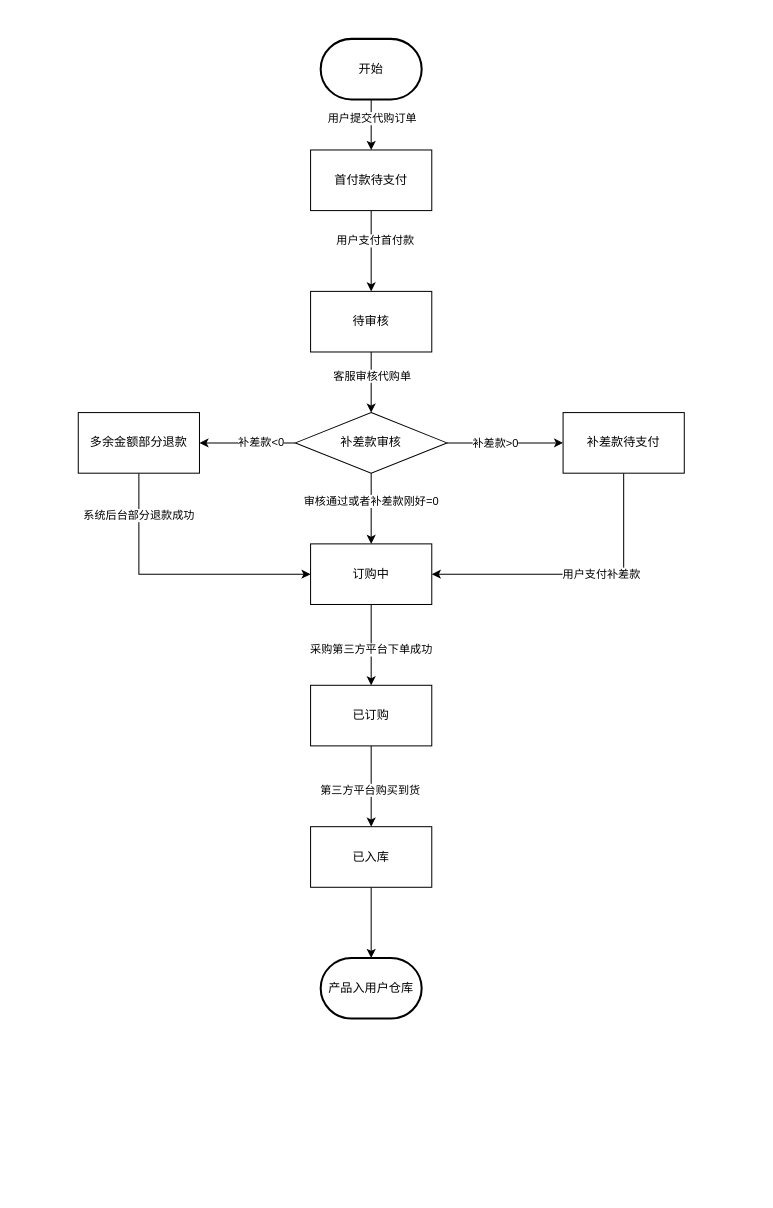
yangjy15033/draw.io keeps this draw.io diagram as 代购流程.drawio. Above is the earlier version. Source tidied: cells renumbered, new cells numbered last; positions are measured from the earlier drawing's top-left corner, leaving out a move shared by most shapes. Both pictures are drawn from the tidied source at 101%, with x=0, y=0 at pixel (78, 38).
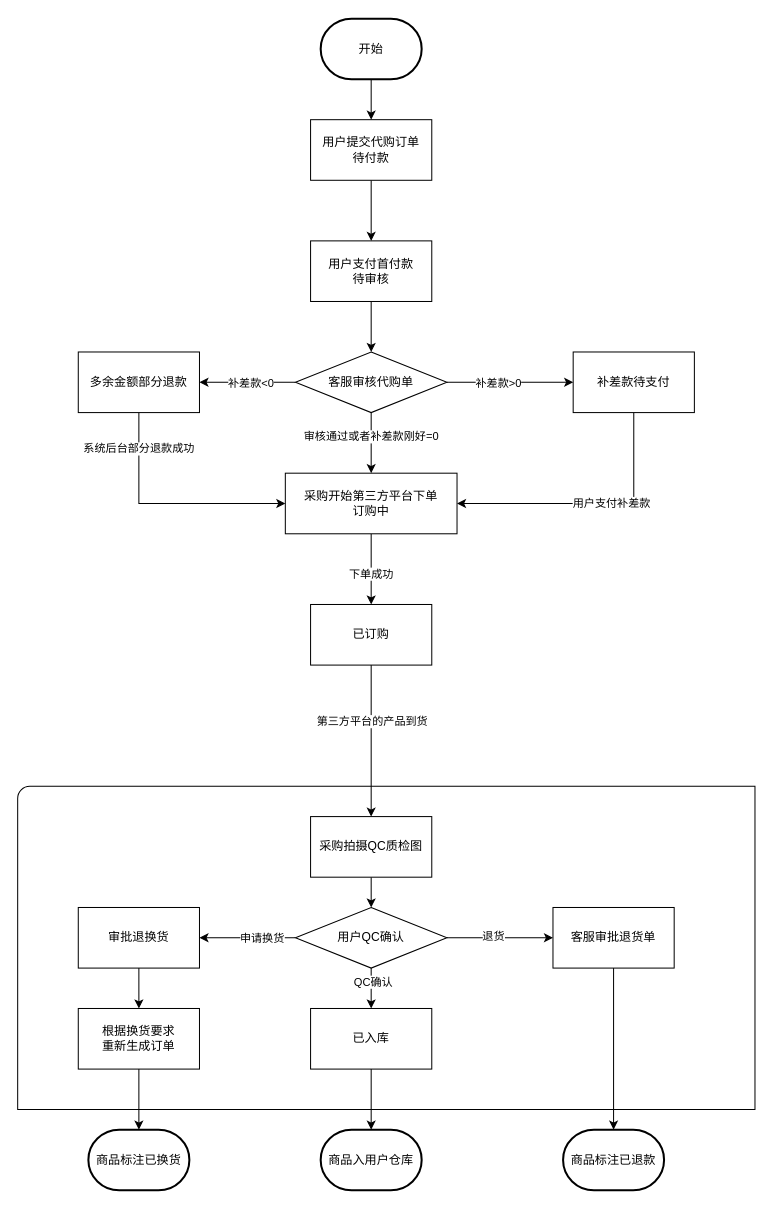
The same page after the edit.

Commit message:
更新代购流程.drawio

The change refers to these unchanged cells:
```xml
<mxCell id="5" style="edgeStyle=orthogonalEdgeStyle;rounded=0;jettySize=auto;html=1;" parent="1" edge="1" source="7" target="10">
  <mxGeometry relative="1" as="geometry" />
</mxCell>
<mxCell id="8" style="edgeStyle=orthogonalEdgeStyle;rounded=0;jettySize=auto;html=1;" parent="1" edge="1" source="10" target="24">
  <mxGeometry relative="1" as="geometry" />
</mxCell>
<mxCell id="11" style="edgeStyle=orthogonalEdgeStyle;rounded=0;jettySize=auto;html=1;" parent="1" edge="1" source="13" target="16">
  <mxGeometry relative="1" as="geometry" />
</mxCell>
<mxCell id="22" style="edgeStyle=orthogonalEdgeStyle;rounded=0;jettySize=auto;html=1;" parent="1" edge="1" source="24" target="32">
  <mxGeometry relative="1" as="geometry" />
</mxCell>
```

What changed in the source:
```diff
@@
-    <mxCell id="2" style="edgeStyle=orthogonalEdgeStyle;rounded=0;jettySize=auto;html=1;exitX=0.5;exitY=1;exitDx=0;exitDy=0;exitPerimeter=0;entryX=0.5;entryY=0;entryDx=0;entryDy=0;" parent="1" edge="1" source="4" target="7">
-      <mxGeometry relative="1" as="geometry" />
-    </mxCell>
-    <mxCell id="3" value="用户提交代购订单" style="edgeLabel;html=1;align=center;verticalAlign=middle;" parent="2" vertex="1">
-      <mxGeometry x="-0.6" y="-1" relative="1" as="geometry">
-        <mxPoint x="1" y="8" as="offset" />
-      </mxGeometry>
-    </mxCell>
+    <mxCell id="33" style="verticalLabelPosition=bottom;verticalAlign=top;html=1;shape=mxgraph.basic.corner_round_rect;dx=6;whiteSpace=wrap;" parent="1" vertex="1">
+      <mxGeometry x="-60" y="740" width="730" height="320" as="geometry" />
+    </mxCell>
     <mxCell id="4" value="开始" style="strokeWidth=2;html=1;shape=mxgraph.flowchart.terminator;whiteSpace=wrap;" parent="1" vertex="1">
-      <mxGeometry x="240" width="100" height="60" as="geometry" />
+      <mxGeometry x="240" y="-20" width="100" height="60" as="geometry" />
     </mxCell>
@@
-    <mxCell id="6" value="用户支付首付款" style="edgeLabel;html=1;align=center;verticalAlign=middle;" parent="5" vertex="1">
-      <mxGeometry x="-0.28" y="3" relative="1" as="geometry" />
-    </mxCell>
-    <mxCell id="7" value="首付款待支付" style="rounded=0;whiteSpace=wrap;html=1;" parent="1" vertex="1">
-      <mxGeometry x="230" y="110" width="120" height="60" as="geometry" />
+    <mxCell id="7" value="用户提交代购订单&lt;br&gt;待付款" style="rounded=0;whiteSpace=wrap;html=1;" parent="1" vertex="1">
+      <mxGeometry x="230" y="80" width="120" height="60" as="geometry" />
     </mxCell>
@@
-    <mxCell id="9" value="客服审核代购单" style="edgeLabel;html=1;align=center;verticalAlign=middle;" parent="8" vertex="1">
-      <mxGeometry x="-0.23" relative="1" as="geometry" />
-    </mxCell>
-    <mxCell id="10" value="待审核" style="whiteSpace=wrap;html=1;rounded=0;" parent="1" vertex="1">
-      <mxGeometry x="230" y="250" width="120" height="60" as="geometry" />
+    <mxCell id="10" value="用户支付首付款&lt;br&gt;待审核" style="whiteSpace=wrap;html=1;rounded=0;" parent="1" vertex="1">
+      <mxGeometry x="230" y="200" width="120" height="60" as="geometry" />
     </mxCell>
@@
-    <mxCell id="12" value="采购第三方平台下单成功" style="edgeLabel;html=1;align=center;verticalAlign=middle;" parent="11" vertex="1">
+    <mxCell id="12" value="下单成功" style="edgeLabel;html=1;align=center;verticalAlign=middle;" parent="11" vertex="1">
       <mxGeometry x="0.1" y="-1" relative="1" as="geometry" />
     </mxCell>
-    <mxCell id="13" value="订购中" style="whiteSpace=wrap;html=1;rounded=0;" parent="1" vertex="1">
-      <mxGeometry x="230" y="500" width="120" height="60" as="geometry" />
+    <mxCell id="13" value="采购开始第三方平台下单&lt;br&gt;订购中" style="whiteSpace=wrap;html=1;rounded=0;" parent="1" vertex="1">
+      <mxGeometry x="205" y="430" width="170" height="60" as="geometry" />
     </mxCell>
-    <mxCell id="14" style="edgeStyle=orthogonalEdgeStyle;rounded=0;jettySize=auto;html=1;" parent="1" edge="1" source="16" target="18">
+    <mxCell id="14" style="edgeStyle=orthogonalEdgeStyle;rounded=0;jettySize=auto;html=1;entryX=0.5;entryY=0;entryDx=0;entryDy=0;" parent="1" edge="1" source="16" target="46">
       <mxGeometry relative="1" as="geometry" />
     </mxCell>
-    <mxCell id="15" value="第三方平台购买到货" style="edgeLabel;html=1;align=center;verticalAlign=middle;" parent="14" vertex="1">
-      <mxGeometry x="0.07" y="-2" relative="1" as="geometry" />
+    <mxCell id="15" value="第三方平台的产品到货" style="edgeLabel;html=1;align=center;verticalAlign=middle;" parent="14" vertex="1">
+      <mxGeometry x="0.07" y="-2" relative="1" as="geometry">
+        <mxPoint x="2" y="-25" as="offset" />
+      </mxGeometry>
     </mxCell>
     <mxCell id="16" value="已订购" style="whiteSpace=wrap;html=1;rounded=0;" parent="1" vertex="1">
-      <mxGeometry x="230" y="640" width="120" height="60" as="geometry" />
+      <mxGeometry x="230" y="560" width="120" height="60" as="geometry" />
     </mxCell>
@@
     <mxCell id="18" value="已入库" style="whiteSpace=wrap;html=1;rounded=0;" parent="1" vertex="1">
-      <mxGeometry x="230" y="780" width="120" height="60" as="geometry" />
+      <mxGeometry x="230" y="960" width="120" height="60" as="geometry" />
     </mxCell>
-    <mxCell id="19" value="产品入用户仓库" style="strokeWidth=2;html=1;shape=mxgraph.flowchart.terminator;whiteSpace=wrap;" parent="1" vertex="1">
-      <mxGeometry x="240" y="910" width="100" height="60" as="geometry" />
+    <mxCell id="19" value="商品入用户仓库" style="strokeWidth=2;html=1;shape=mxgraph.flowchart.terminator;whiteSpace=wrap;" parent="1" vertex="1">
+      <mxGeometry x="240" y="1080" width="100" height="60" as="geometry" />
     </mxCell>
@@
     <mxCell id="23" value="补差款&amp;lt;0" style="edgeLabel;html=1;align=center;verticalAlign=middle;" parent="22" vertex="1">
-      <mxGeometry x="-0.26" y="-1" relative="1" as="geometry" />
+      <mxGeometry x="-0.26" y="-1" relative="1" as="geometry">
+        <mxPoint x="-10" y="1" as="offset" />
+      </mxGeometry>
     </mxCell>
-    <mxCell id="24" value="补差款审核" style="rhombus;whiteSpace=wrap;html=1;rounded=0;" parent="1" vertex="1">
-      <mxGeometry x="215" y="370" width="150" height="60" as="geometry" />
+    <mxCell id="24" value="客服审核代购单" style="rhombus;whiteSpace=wrap;html=1;rounded=0;" parent="1" vertex="1">
+      <mxGeometry x="215" y="310" width="150" height="60" as="geometry" />
     </mxCell>
@@
     <mxCell id="29" value="补差款待支付" style="whiteSpace=wrap;html=1;rounded=0;" parent="1" vertex="1">
-      <mxGeometry x="480" y="370" width="120" height="60" as="geometry" />
+      <mxGeometry x="490" y="310" width="120" height="60" as="geometry" />
     </mxCell>
@@
     <mxCell id="32" value="多余金额部分退款" style="whiteSpace=wrap;html=1;rounded=0;" parent="1" vertex="1">
-      <mxGeometry y="370" width="120" height="60" as="geometry" />
+      <mxGeometry y="310" width="120" height="60" as="geometry" />
     </mxCell>
+    <mxCell id="34" style="edgeStyle=orthogonalEdgeStyle;rounded=0;jettySize=auto;html=1;exitX=0.5;exitY=1;exitDx=0;exitDy=0;entryX=0.5;entryY=0;entryDx=0;entryDy=0;" parent="1" edge="1" source="40" target="18">
+      <mxGeometry relative="1" as="geometry" />
+    </mxCell>
+    <mxCell id="35" value="QC确认" style="edgeLabel;html=1;align=center;verticalAlign=middle;" parent="34" vertex="1">
+      <mxGeometry x="-0.37" y="1" relative="1" as="geometry" />
+    </mxCell>
+    <mxCell id="36" style="edgeStyle=orthogonalEdgeStyle;rounded=0;jettySize=auto;html=1;exitX=0;exitY=0.5;exitDx=0;exitDy=0;entryX=1;entryY=0.5;entryDx=0;entryDy=0;" parent="1" edge="1" source="40" target="42">
+      <mxGeometry relative="1" as="geometry" />
+    </mxCell>
+    <mxCell id="37" value="申请换货" style="edgeLabel;html=1;align=center;verticalAlign=middle;" parent="36" vertex="1">
+      <mxGeometry x="0.04" y="3" relative="1" as="geometry">
+        <mxPoint x="15" y="-3" as="offset" />
+      </mxGeometry>
+    </mxCell>
+    <mxCell id="38" style="edgeStyle=orthogonalEdgeStyle;rounded=0;jettySize=auto;html=1;exitX=1;exitY=0.5;exitDx=0;exitDy=0;entryX=0;entryY=0.5;entryDx=0;entryDy=0;" parent="1" edge="1" source="40" target="44">
+      <mxGeometry relative="1" as="geometry" />
+    </mxCell>
+    <mxCell id="39" value="退货" style="edgeLabel;html=1;align=center;verticalAlign=middle;" parent="38" vertex="1">
+      <mxGeometry x="-0.15" y="2" relative="1" as="geometry" />
+    </mxCell>
+    <mxCell id="40" value="用户QC确认" style="rhombus;whiteSpace=wrap;html=1;rounded=0;" parent="1" vertex="1">
+      <mxGeometry x="215" y="860" width="150" height="60" as="geometry" />
+    </mxCell>
+    <mxCell id="41" style="edgeStyle=orthogonalEdgeStyle;rounded=0;jettySize=auto;html=1;exitX=0.5;exitY=1;exitDx=0;exitDy=0;entryX=0.5;entryY=0;entryDx=0;entryDy=0;" parent="1" edge="1" source="42" target="49">
+      <mxGeometry relative="1" as="geometry" />
+    </mxCell>
+    <mxCell id="42" value="审批退换货" style="whiteSpace=wrap;html=1;rounded=0;" parent="1" vertex="1">
+      <mxGeometry y="860" width="120" height="60" as="geometry" />
+    </mxCell>
+    <mxCell id="43" style="edgeStyle=orthogonalEdgeStyle;rounded=0;jettySize=auto;html=1;" parent="1" edge="1" source="44" target="47">
+      <mxGeometry relative="1" as="geometry" />
+    </mxCell>
+    <mxCell id="44" value="客服审批退货单" style="whiteSpace=wrap;html=1;rounded=0;" parent="1" vertex="1">
+      <mxGeometry x="470" y="860" width="120" height="60" as="geometry" />
+    </mxCell>
+    <mxCell id="45" style="edgeStyle=orthogonalEdgeStyle;rounded=0;jettySize=auto;html=1;exitX=0.5;exitY=1;exitDx=0;exitDy=0;" parent="1" edge="1" source="46" target="40">
+      <mxGeometry relative="1" as="geometry" />
+    </mxCell>
+    <mxCell id="46" value="采购拍摄QC质检图" style="whiteSpace=wrap;html=1;rounded=0;" parent="1" vertex="1">
+      <mxGeometry x="230" y="770" width="120" height="60" as="geometry" />
+    </mxCell>
+    <mxCell id="47" value="商品标注已退款" style="strokeWidth=2;html=1;shape=mxgraph.flowchart.terminator;whiteSpace=wrap;" parent="1" vertex="1">
+      <mxGeometry x="480" y="1080" width="100" height="60" as="geometry" />
+    </mxCell>
+    <mxCell id="48" style="edgeStyle=orthogonalEdgeStyle;rounded=0;jettySize=auto;html=1;" parent="1" edge="1" source="49" target="50">
+      <mxGeometry relative="1" as="geometry" />
+    </mxCell>
+    <mxCell id="49" value="根据换货要求&lt;br&gt;重新生成订单" style="rounded=0;whiteSpace=wrap;html=1;" parent="1" vertex="1">
+      <mxGeometry y="960" width="120" height="60" as="geometry" />
+    </mxCell>
+    <mxCell id="50" value="商品标注已换货" style="strokeWidth=2;html=1;shape=mxgraph.flowchart.terminator;whiteSpace=wrap;" parent="1" vertex="1">
+      <mxGeometry x="10" y="1080" width="100" height="60" as="geometry" />
+    </mxCell>
+    <mxCell id="2" style="edgeStyle=orthogonalEdgeStyle;rounded=0;jettySize=auto;html=1;exitX=0.5;exitY=1;exitDx=0;exitDy=0;entryX=0.5;entryY=0;entryDx=0;entryDy=0;exitPerimeter=0;" parent="1" edge="1" source="4" target="7">
+      <mxGeometry relative="1" as="geometry" />
+    </mxCell>
```
